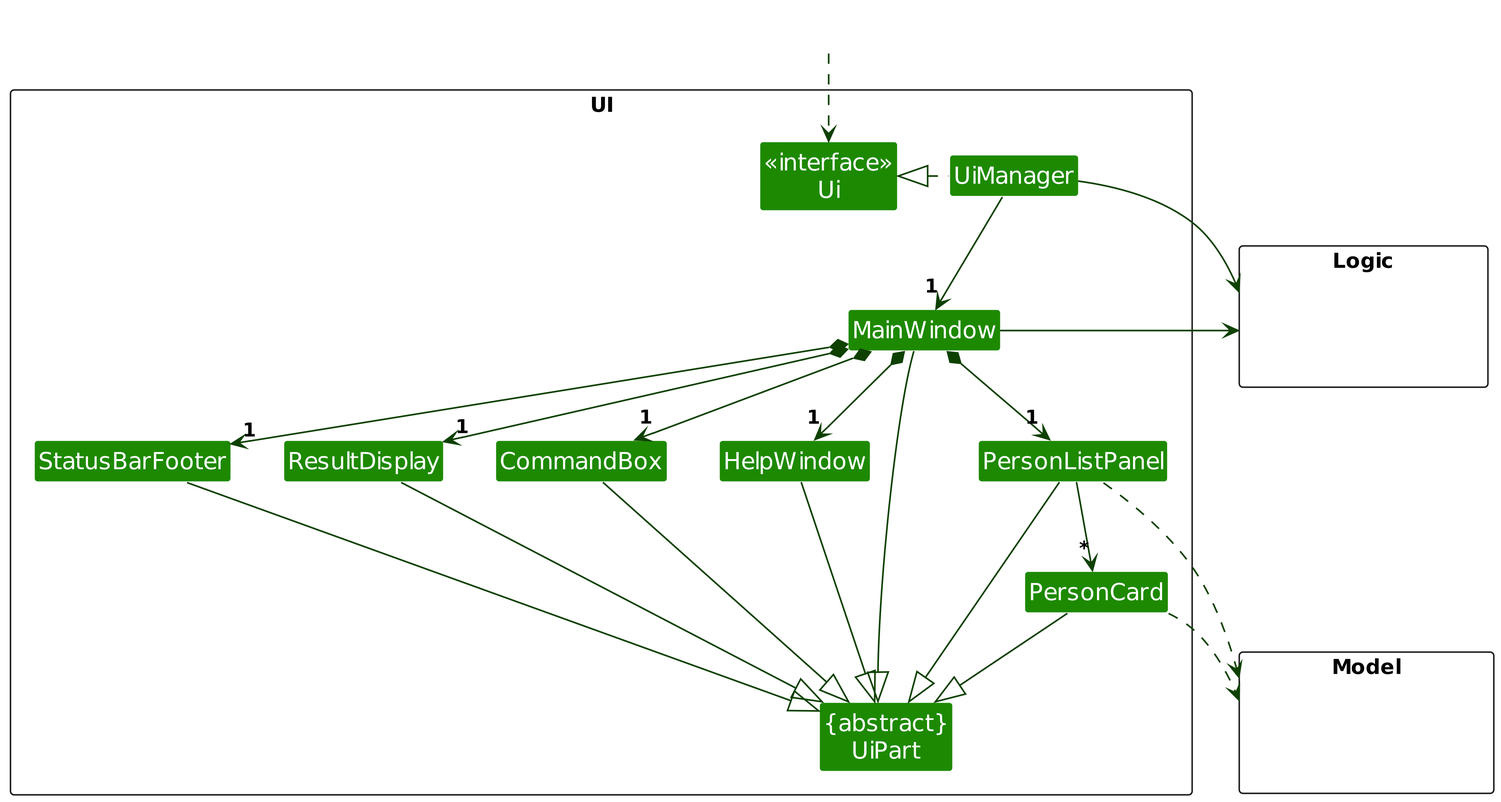
The PlantUML diagram diagrams/UiClassDiagram.png in AY2526S2-CS2103T-F14-1/tp, before a commit. Its source is kept beside it as diagrams/UiClassDiagram.puml. The source it was exported from:
```plantuml
@startuml
!include style.puml
skinparam arrowThickness 1.1
skinparam arrowColor UI_COLOR_T4
skinparam classBackgroundColor UI_COLOR

package UI <<Rectangle>> {
Class "<<interface>>\nUi" as Ui
Class "{abstract}\nUiPart" as UiPart

Class UiManager
Class MainWindow
Class HelpWindow
Class ResultDisplay
Class PersonListPanel
Class PersonCard
Class StatusBarFooter
Class CommandBox
}

package Model <<Rectangle>> {
Class HiddenModel #FFFFFF
}

package Logic <<Rectangle>> {
Class HiddenLogic #FFFFFF
}

Class HiddenOutside #FFFFFF
HiddenOutside ..> Ui

UiManager .left.|> Ui
UiManager -down-> "1" MainWindow
UiManager -right-> Logic

MainWindow --|> UiPart
HelpWindow --|> UiPart
ResultDisplay --|> UiPart
PersonListPanel --|> UiPart
PersonCard --|> UiPart
StatusBarFooter --|> UiPart
CommandBox --|> UiPart

MainWindow -left-> Logic

MainWindow *-down-> "1" HelpWindow
MainWindow *-down-> "1" PersonListPanel
MainWindow *-down-> "1" ResultDisplay
MainWindow *-down-> "1" StatusBarFooter
MainWindow *-down-> "1" CommandBox

PersonListPanel -down-> "*" PersonCard

PersonCard ..> Model
PersonListPanel ..> Model

PersonListPanel -[hidden]left- HelpWindow
HelpWindow -[hidden]left- CommandBox
CommandBox -[hidden]left- ResultDisplay
ResultDisplay -[hidden]left- StatusBarFooter

MainWindow -[hidden]-|> UiPart
@enduml
```
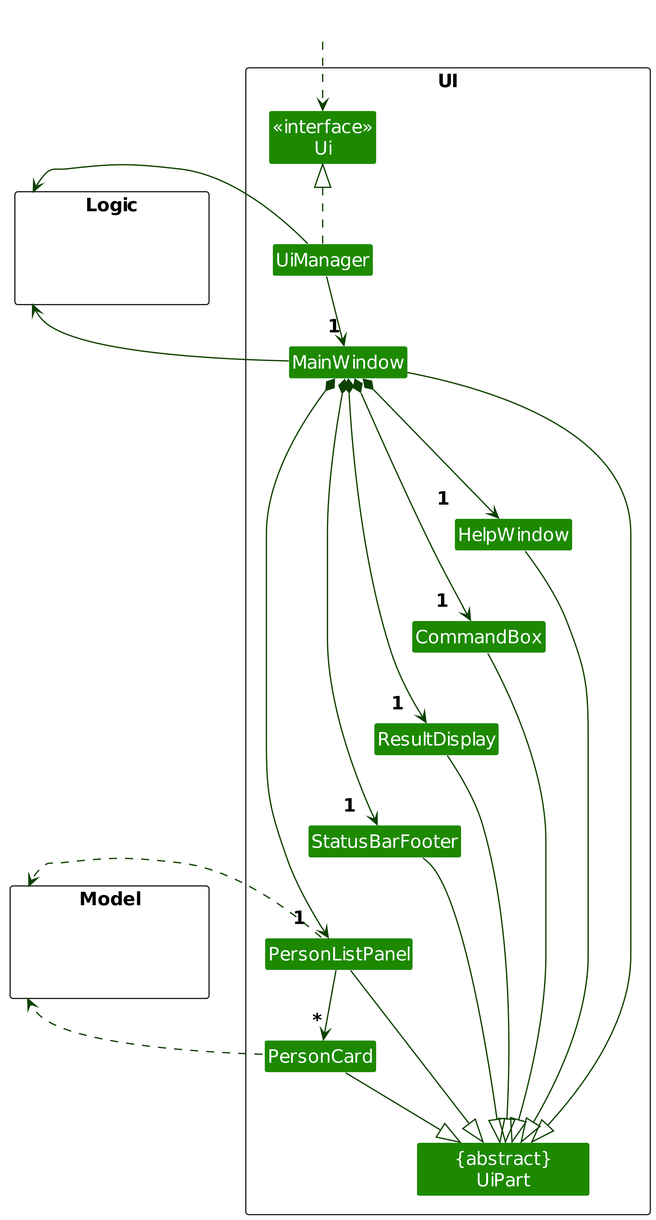
After the commit.

The edit, as a diff of the source:
```diff
@@ -6,7 +6,7 @@
 
 package UI <<Rectangle>> {
 Class "<<interface>>\nUi" as Ui
-Class "{abstract}\nUiPart" as UiPart
+Class "      {abstract}      \nUiPart" as UiPart
 
 Class UiManager
 Class MainWindow
@@ -18,46 +18,45 @@
 Class CommandBox
 }
 
+package Logic <<Rectangle>> {
+Class HiddenLogic #FFFFFF
+}
+
 package Model <<Rectangle>> {
 Class HiddenModel #FFFFFF
-}
-
-package Logic <<Rectangle>> {
-Class HiddenLogic #FFFFFF
 }
 
 Class HiddenOutside #FFFFFF
 HiddenOutside ..> Ui
 
-UiManager .left.|> Ui
-UiManager -down-> "1" MainWindow
-UiManager -right-> Logic
+UiManager ..up|> Ui
+UiManager -right> Logic
+UiManager --down> "1" MainWindow
+Model -left[hidden]> Logic
 
-MainWindow --|> UiPart
-HelpWindow --|> UiPart
-ResultDisplay --|> UiPart
-PersonListPanel --|> UiPart
+PersonListPanel -|> UiPart
+StatusBarFooter -|> UiPart
+ResultDisplay -|> UiPart
+CommandBox -|> UiPart
+HelpWindow -|> UiPart
+MainWindow ---------|> UiPart
+
 PersonCard --|> UiPart
-StatusBarFooter --|> UiPart
-CommandBox --|> UiPart
 
-MainWindow -left-> Logic
+MainWindow --up> Logic
+MainWindow *-down> "1  " StatusBarFooter
+MainWindow *-down> "1  " ResultDisplay
+MainWindow *-down> "1  " CommandBox
+MainWindow *-down> "1     " HelpWindow
+MainWindow *-down> "1  " PersonListPanel
 
-MainWindow *-down-> "1" HelpWindow
-MainWindow *-down-> "1" PersonListPanel
-MainWindow *-down-> "1" ResultDisplay
-MainWindow *-down-> "1" StatusBarFooter
-MainWindow *-down-> "1" CommandBox
+PersonListPanel --down> " *" PersonCard
+PersonListPanel ....> Model
+PersonCard ..up> Model
 
-PersonListPanel -down-> "*" PersonCard
+StatusBarFooter --[hidden]> PersonListPanel
+ResultDisplay --[hidden]> StatusBarFooter
+CommandBox --[hidden]> ResultDisplay
+HelpWindow --[hidden]> CommandBox
 
-PersonCard ..> Model
-PersonListPanel ..> Model
-
-PersonListPanel -[hidden]left- HelpWindow
-HelpWindow -[hidden]left- CommandBox
-CommandBox -[hidden]left- ResultDisplay
-ResultDisplay -[hidden]left- StatusBarFooter
-
-MainWindow -[hidden]-|> UiPart
 @enduml
```
